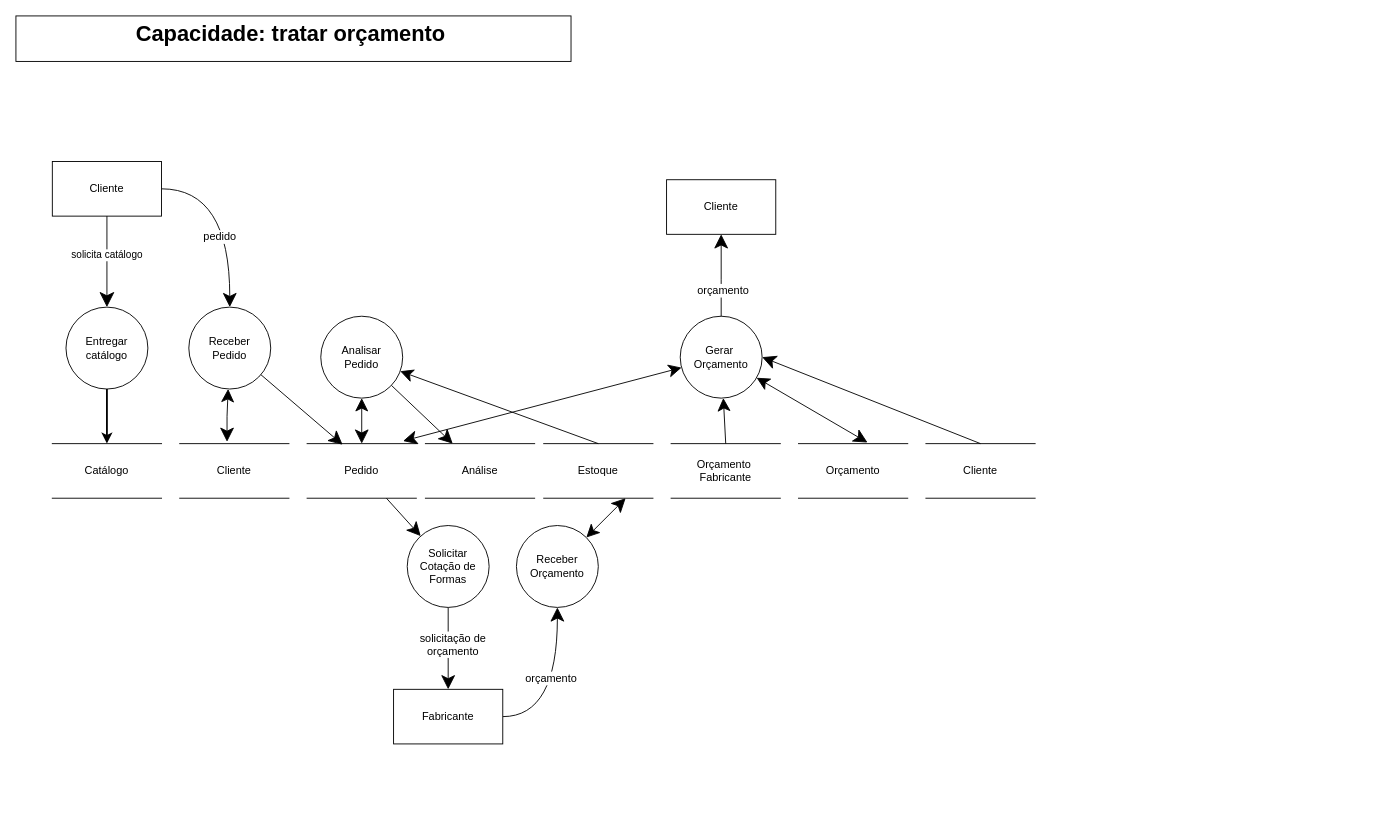
Above: Documentation/DFD Essencial para cada Capacidade/DFD Orcamento padrao.drawio in Systematicos/FindingApp (draw.io), before the change. Source tidied: cells renumbered, new cells numbered last; positions are measured from the earlier drawing's top-left corner, leaving out a move shared by most shapes. Both pictures are drawn from the tidied source at 91%, with x=0, y=0 at pixel (15, 15).
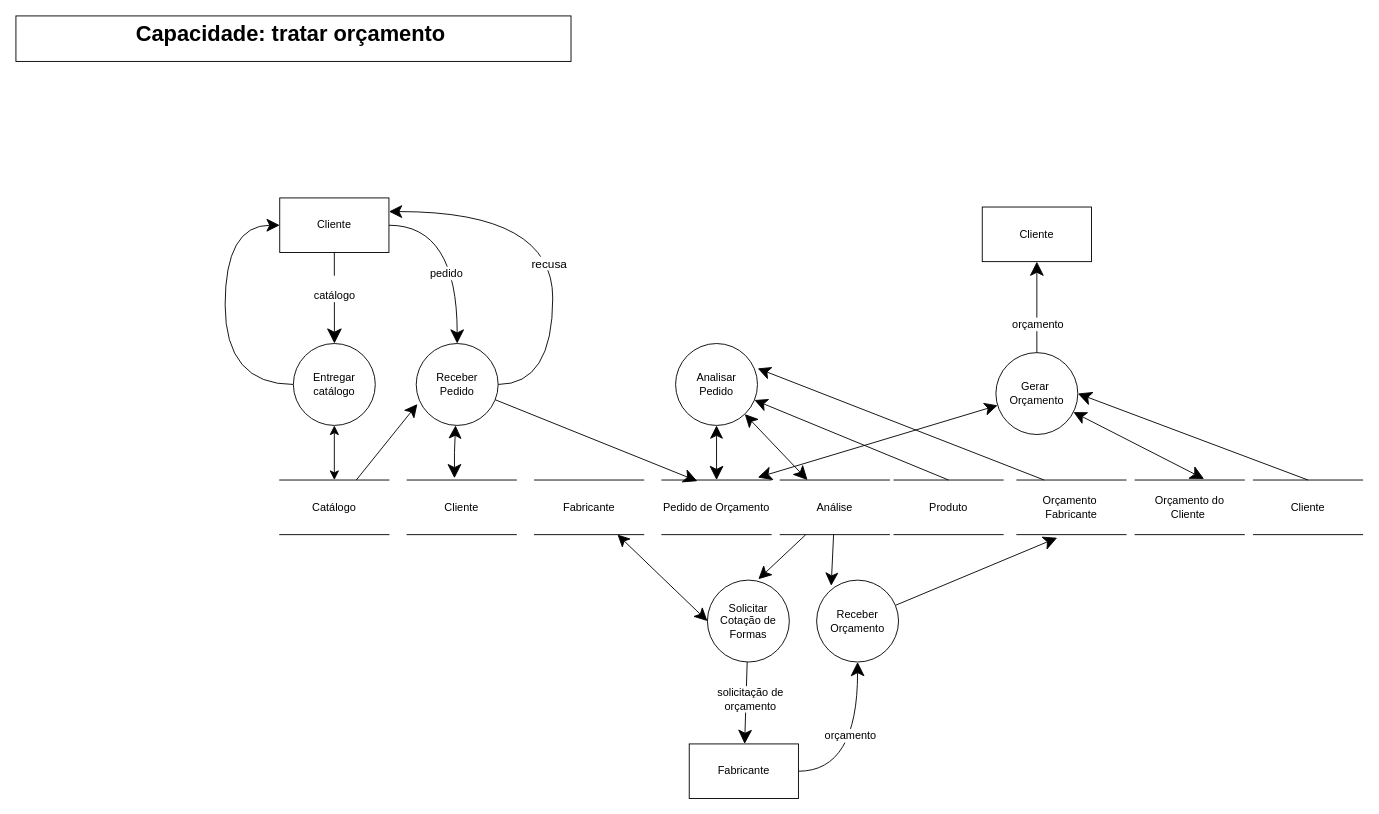
The same page after the edit.

What changed in the source:
```diff
@@
     <mxCell id="2" style="edgeStyle=orthogonalEdgeStyle;rounded=0;jettySize=auto;html=1;entryX=0.5;entryY=0;entryDx=0;entryDy=0;startArrow=none;startFill=0;endArrow=classic;endFill=1;strokeWidth=1;fontSize=14;curved=1;endSize=13;" parent="1" edge="1" source="4" target="10">
       <mxGeometry relative="1" as="geometry">
         <Array as="points">
-          <mxPoint x="235" y="190" />
+          <mxPoint x="484.9" y="230" />
         </Array>
       </mxGeometry>
     </mxCell>
@@
     <mxCell id="4" value="Cliente" style="rounded=0;whiteSpace=wrap;html=1;" parent="1" vertex="1">
-      <mxGeometry x="40" y="160" width="120" height="60" as="geometry" />
+      <mxGeometry x="289.9" y="200" width="120" height="60" as="geometry" />
     </mxCell>
-    <mxCell id="5" style="edgeStyle=orthogonalEdgeStyle;rounded=0;jettySize=auto;html=1;entryX=0.5;entryY=0;entryDx=0;entryDy=0;startArrow=none;startFill=0;fontSize=18;strokeWidth=2;" parent="1" edge="1" source="6" target="7">
+    <mxCell id="5" style="edgeStyle=orthogonalEdgeStyle;rounded=0;jettySize=auto;html=1;entryX=0.5;entryY=0;entryDx=0;entryDy=0;startArrow=classic;startFill=1;fontSize=18;strokeWidth=1;endSize=8;startSize=8;" parent="1" edge="1" source="6" target="7">
       <mxGeometry relative="1" as="geometry" />
     </mxCell>
+    <mxCell id="42" style="edgeStyle=orthogonalEdgeStyle;rounded=0;jettySize=auto;html=1;entryX=0;entryY=0.5;entryDx=0;entryDy=0;startArrow=none;startFill=0;startSize=11;endSize=12;strokeWidth=1;curved=1;" parent="1" edge="1" source="6" target="4">
+      <mxGeometry relative="1" as="geometry">
+        <Array as="points">
+          <mxPoint x="229.9" y="405" />
+          <mxPoint x="229.9" y="230" />
+        </Array>
+      </mxGeometry>
+    </mxCell>
     <mxCell id="6" value="Entregar catálogo" style="ellipse;whiteSpace=wrap;html=1;" parent="1" vertex="1">
-      <mxGeometry x="55" y="320" width="90" height="90" as="geometry" />
+      <mxGeometry x="304.9" y="360" width="90" height="90" as="geometry" />
     </mxCell>
+    <mxCell id="43" style="edgeStyle=none;rounded=0;jettySize=auto;html=1;entryX=0.014;entryY=0.739;entryDx=0;entryDy=0;entryPerimeter=0;startArrow=none;startFill=0;startSize=11;endSize=12;strokeWidth=1;" parent="1" edge="1" source="7" target="10">
+      <mxGeometry relative="1" as="geometry" />
+    </mxCell>
     <mxCell id="7" value="Catálogo" style="shape=partialRectangle;whiteSpace=wrap;html=1;left=0;right=0;fillColor=none;" parent="1" vertex="1">
-      <mxGeometry x="40" y="470" width="120" height="60" as="geometry" />
+      <mxGeometry x="289.9" y="510" width="120" height="60" as="geometry" />
     </mxCell>
     <mxCell id="8" style="rounded=0;jettySize=auto;html=1;startArrow=classic;startFill=1;endArrow=classic;endFill=1;endSize=13;strokeWidth=1;fontSize=12;startSize=12;" parent="1" edge="1" source="10">
       <mxGeometry relative="1" as="geometry">
-        <mxPoint x="232" y="468" as="targetPoint" />
+        <mxPoint x="481.9" y="508" as="targetPoint" />
         <Array as="points">
-          <mxPoint x="232" y="440" />
+          <mxPoint x="481.9" y="480" />
         </Array>
       </mxGeometry>
     </mxCell>
@@
+    <mxCell id="44" style="edgeStyle=orthogonalEdgeStyle;curved=1;rounded=0;jettySize=auto;html=1;entryX=1;entryY=0.25;entryDx=0;entryDy=0;startArrow=none;startFill=0;startSize=11;endSize=12;strokeWidth=1;" parent="1" edge="1" source="10" target="4">
+      <mxGeometry relative="1" as="geometry">
+        <Array as="points">
+          <mxPoint x="589.9" y="405" />
+          <mxPoint x="589.9" y="215" />
+        </Array>
+      </mxGeometry>
+    </mxCell>
+    <mxCell id="45" value="recusa" style="edgeLabel;html=1;align=center;verticalAlign=middle;fontSize=13;" parent="44" vertex="1">
+      <mxGeometry x="-0.1" y="4" relative="1" as="geometry" />
+    </mxCell>
     <mxCell id="10" value="Receber&lt;br&gt;Pedido" style="ellipse;whiteSpace=wrap;html=1;" parent="1" vertex="1">
-      <mxGeometry x="190" y="320" width="90" height="90" as="geometry" />
+      <mxGeometry x="439.9" y="360" width="90" height="90" as="geometry" />
     </mxCell>
     <mxCell id="11" value="Cliente" style="shape=partialRectangle;whiteSpace=wrap;html=1;left=0;right=0;fillColor=none;" parent="1" vertex="1">
-      <mxGeometry x="180" y="470" width="120" height="60" as="geometry" />
+      <mxGeometry x="429.9" y="510" width="120" height="60" as="geometry" />
     </mxCell>
-    <mxCell id="12" style="edgeStyle=none;rounded=0;jettySize=auto;html=1;startArrow=none;startFill=0;startSize=12;endArrow=classic;endFill=1;endSize=13;strokeWidth=1;fontSize=12;" parent="1" edge="1" source="13" target="27">
-      <mxGeometry relative="1" as="geometry" />
-    </mxCell>
-    <mxCell id="13" value="Pedido" style="shape=partialRectangle;whiteSpace=wrap;html=1;left=0;right=0;fillColor=none;" parent="1" vertex="1">
-      <mxGeometry x="320" y="470" width="120" height="60" as="geometry" />
+    <mxCell id="13" value="Pedido de Orçamento" style="shape=partialRectangle;whiteSpace=wrap;html=1;left=0;right=0;fillColor=none;" parent="1" vertex="1">
+      <mxGeometry x="709.9" y="510" width="120" height="60" as="geometry" />
     </mxCell>
-    <mxCell id="14" value="Estoque" style="shape=partialRectangle;whiteSpace=wrap;html=1;left=0;right=0;fillColor=none;" parent="1" vertex="1">
-      <mxGeometry x="580" y="470" width="120" height="60" as="geometry" />
+    <mxCell id="14" value="Produto" style="shape=partialRectangle;whiteSpace=wrap;html=1;left=0;right=0;fillColor=none;" parent="1" vertex="1">
+      <mxGeometry x="964.9" y="510" width="120" height="60" as="geometry" />
     </mxCell>
@@
-    <mxCell id="17" value="solicita catálogo" style="edgeStyle=elbowEdgeStyle;rounded=0;jettySize=auto;html=1;endArrow=classic;endFill=1;strokeWidth=1;endSize=14;startSize=14;startArrow=none;startFill=0;exitX=0.5;exitY=1;exitDx=0;exitDy=0;" parent="1" edge="1" source="4">
-      <mxGeometry x="-0.14" relative="1" as="geometry">
-        <mxPoint x="100" y="320" as="targetPoint" />
+    <mxCell id="17" value="&lt;font style=&quot;font-size: 12px&quot;&gt;&lt;br&gt;catálogo&lt;/font&gt;" style="edgeStyle=elbowEdgeStyle;rounded=0;jettySize=auto;html=1;endArrow=classic;endFill=1;strokeWidth=1;endSize=14;startSize=14;startArrow=none;startFill=0;exitX=0.5;exitY=1;exitDx=0;exitDy=0;" parent="1" edge="1" source="4">
+      <mxGeometry x="-0.2" relative="1" as="geometry">
+        <mxPoint x="349.9" y="360" as="targetPoint" />
       </mxGeometry>
     </mxCell>
@@
-    <mxCell id="20" style="edgeStyle=none;rounded=0;jettySize=auto;html=1;entryX=0.25;entryY=0;entryDx=0;entryDy=0;startArrow=none;startFill=0;startSize=12;endArrow=classic;endFill=1;endSize=13;strokeWidth=1;fontSize=12;" parent="1" edge="1" source="21" target="30">
+    <mxCell id="20" style="edgeStyle=none;rounded=0;jettySize=auto;html=1;entryX=0.25;entryY=0;entryDx=0;entryDy=0;startArrow=classic;startFill=1;startSize=12;endArrow=classic;endFill=1;endSize=13;strokeWidth=1;fontSize=12;" parent="1" edge="1" source="21" target="30">
       <mxGeometry relative="1" as="geometry" />
     </mxCell>
     <mxCell id="21" value="Analisar&lt;br&gt;Pedido" style="ellipse;whiteSpace=wrap;html=1;" parent="1" vertex="1">
-      <mxGeometry x="335" y="330" width="90" height="90" as="geometry" />
+      <mxGeometry x="724.9" y="360" width="90" height="90" as="geometry" />
     </mxCell>
@@
     <mxCell id="24" value="Fabricante" style="rounded=0;whiteSpace=wrap;html=1;" parent="1" vertex="1">
-      <mxGeometry x="415" y="740" width="120" height="60" as="geometry" />
+      <mxGeometry x="739.9" y="800" width="120" height="60" as="geometry" />
     </mxCell>
@@
     <mxCell id="27" value="Solicitar Cotação de Formas" style="ellipse;whiteSpace=wrap;html=1;" parent="1" vertex="1">
-      <mxGeometry x="430" y="560" width="90" height="90" as="geometry" />
+      <mxGeometry x="759.9" y="620" width="90" height="90" as="geometry" />
     </mxCell>
-    <mxCell id="28" style="rounded=0;jettySize=auto;html=1;entryX=0.75;entryY=1;entryDx=0;entryDy=0;startArrow=classic;startFill=1;startSize=12;endArrow=classic;endFill=1;endSize=13;strokeWidth=1;fontSize=12;" parent="1" edge="1" source="29" target="14">
+    <mxCell id="28" style="rounded=0;jettySize=auto;html=1;entryX=0.37;entryY=1.057;entryDx=0;entryDy=0;startArrow=none;startFill=0;startSize=12;endArrow=classic;endFill=1;endSize=13;strokeWidth=1;fontSize=12;entryPerimeter=0;" parent="1" edge="1" source="29" target="36">
       <mxGeometry relative="1" as="geometry" />
     </mxCell>
     <mxCell id="29" value="Receber Orçamento" style="ellipse;whiteSpace=wrap;html=1;" parent="1" vertex="1">
-      <mxGeometry x="550" y="560" width="90" height="90" as="geometry" />
+      <mxGeometry x="879.9" y="620" width="90" height="90" as="geometry" />
     </mxCell>
+    <mxCell id="46" style="edgeStyle=none;rounded=0;jettySize=auto;html=1;entryX=0.622;entryY=-0.011;entryDx=0;entryDy=0;entryPerimeter=0;startArrow=none;startFill=0;endSize=12;strokeWidth=1;" parent="1" edge="1" source="30" target="27">
+      <mxGeometry relative="1" as="geometry" />
+    </mxCell>
+    <mxCell id="47" style="edgeStyle=none;rounded=0;jettySize=auto;html=1;entryX=0.178;entryY=0.069;entryDx=0;entryDy=0;entryPerimeter=0;startArrow=none;startFill=0;endSize=12;strokeWidth=1;" parent="1" edge="1" source="30" target="29">
+      <mxGeometry relative="1" as="geometry" />
+    </mxCell>
     <mxCell id="30" value="Análise" style="shape=partialRectangle;whiteSpace=wrap;html=1;left=0;right=0;fillColor=none;" parent="1" vertex="1">
-      <mxGeometry x="450" y="470" width="120" height="60" as="geometry" />
+      <mxGeometry x="839.9" y="510" width="120" height="60" as="geometry" />
     </mxCell>
@@
-    <mxCell id="32" style="edgeStyle=none;rounded=0;jettySize=auto;html=1;entryX=0.5;entryY=0;entryDx=0;entryDy=0;startArrow=classic;startFill=1;startSize=12;endArrow=none;endFill=0;endSize=13;strokeWidth=1;fontSize=12;" parent="1" edge="1" source="35" target="36">
-      <mxGeometry relative="1" as="geometry" />
-    </mxCell>
@@
     <mxCell id="35" value="Gerar&amp;nbsp;&lt;br&gt;Orçamento" style="ellipse;whiteSpace=wrap;html=1;" parent="1" vertex="1">
-      <mxGeometry x="730" y="330" width="90" height="90" as="geometry" />
+      <mxGeometry x="1076.9" y="370" width="90" height="90" as="geometry" />
     </mxCell>
+    <mxCell id="48" style="rounded=0;jettySize=auto;html=1;entryX=1.002;entryY=0.304;entryDx=0;entryDy=0;entryPerimeter=0;startArrow=none;startFill=0;exitX=0.25;exitY=0;exitDx=0;exitDy=0;strokeWidth=1;endSize=12;" parent="1" edge="1" source="36" target="21">
+      <mxGeometry relative="1" as="geometry" />
+    </mxCell>
     <mxCell id="36" value="Orçamento&amp;nbsp;&lt;br&gt;Fabricante" style="shape=partialRectangle;whiteSpace=wrap;html=1;left=0;right=0;fillColor=none;" parent="1" vertex="1">
-      <mxGeometry x="720" y="470" width="120" height="60" as="geometry" />
+      <mxGeometry x="1099.9" y="510" width="120" height="60" as="geometry" />
     </mxCell>
-    <mxCell id="37" value="Orçamento" style="shape=partialRectangle;whiteSpace=wrap;html=1;left=0;right=0;fillColor=none;" parent="1" vertex="1">
-      <mxGeometry x="860" y="470" width="120" height="60" as="geometry" />
+    <mxCell id="37" value="Orçamento do Cliente&amp;nbsp;" style="shape=partialRectangle;whiteSpace=wrap;html=1;left=0;right=0;fillColor=none;" parent="1" vertex="1">
+      <mxGeometry x="1229.9" y="510" width="120" height="60" as="geometry" />
     </mxCell>
     <mxCell id="38" style="edgeStyle=none;rounded=0;jettySize=auto;html=1;startArrow=classic;startFill=1;endArrow=none;endFill=0;strokeWidth=1;fontSize=12;endSize=9;startSize=13;" parent="1" edge="1" source="40" target="35">
-      <mxGeometry relative="1" as="geometry">
-        <Array as="points">
-          <mxPoint x="775" y="290" />
-        </Array>
-      </mxGeometry>
+      <mxGeometry relative="1" as="geometry" />
     </mxCell>
@@
     <mxCell id="40" value="Cliente" style="rounded=0;whiteSpace=wrap;html=1;" parent="1" vertex="1">
-      <mxGeometry x="715" y="180" width="120" height="60" as="geometry" />
+      <mxGeometry x="1061.9" y="210" width="120" height="60" as="geometry" />
     </mxCell>
     <mxCell id="41" value="Cliente" style="shape=partialRectangle;whiteSpace=wrap;html=1;left=0;right=0;fillColor=none;" parent="1" vertex="1">
-      <mxGeometry x="1000" y="470" width="120" height="60" as="geometry" />
+      <mxGeometry x="1359.9" y="510" width="120" height="60" as="geometry" />
     </mxCell>
+    <mxCell id="49" style="edgeStyle=none;rounded=0;jettySize=auto;html=1;entryX=0;entryY=0.5;entryDx=0;entryDy=0;startArrow=classic;startFill=1;endSize=12;strokeWidth=1;startSize=11;" parent="1" edge="1" source="50" target="27">
+      <mxGeometry relative="1" as="geometry" />
+    </mxCell>
+    <mxCell id="50" value="Fabricante" style="shape=partialRectangle;whiteSpace=wrap;html=1;left=0;right=0;fillColor=none;" parent="1" vertex="1">
+      <mxGeometry x="569.9" y="510" width="120" height="60" as="geometry" />
+    </mxCell>
```
